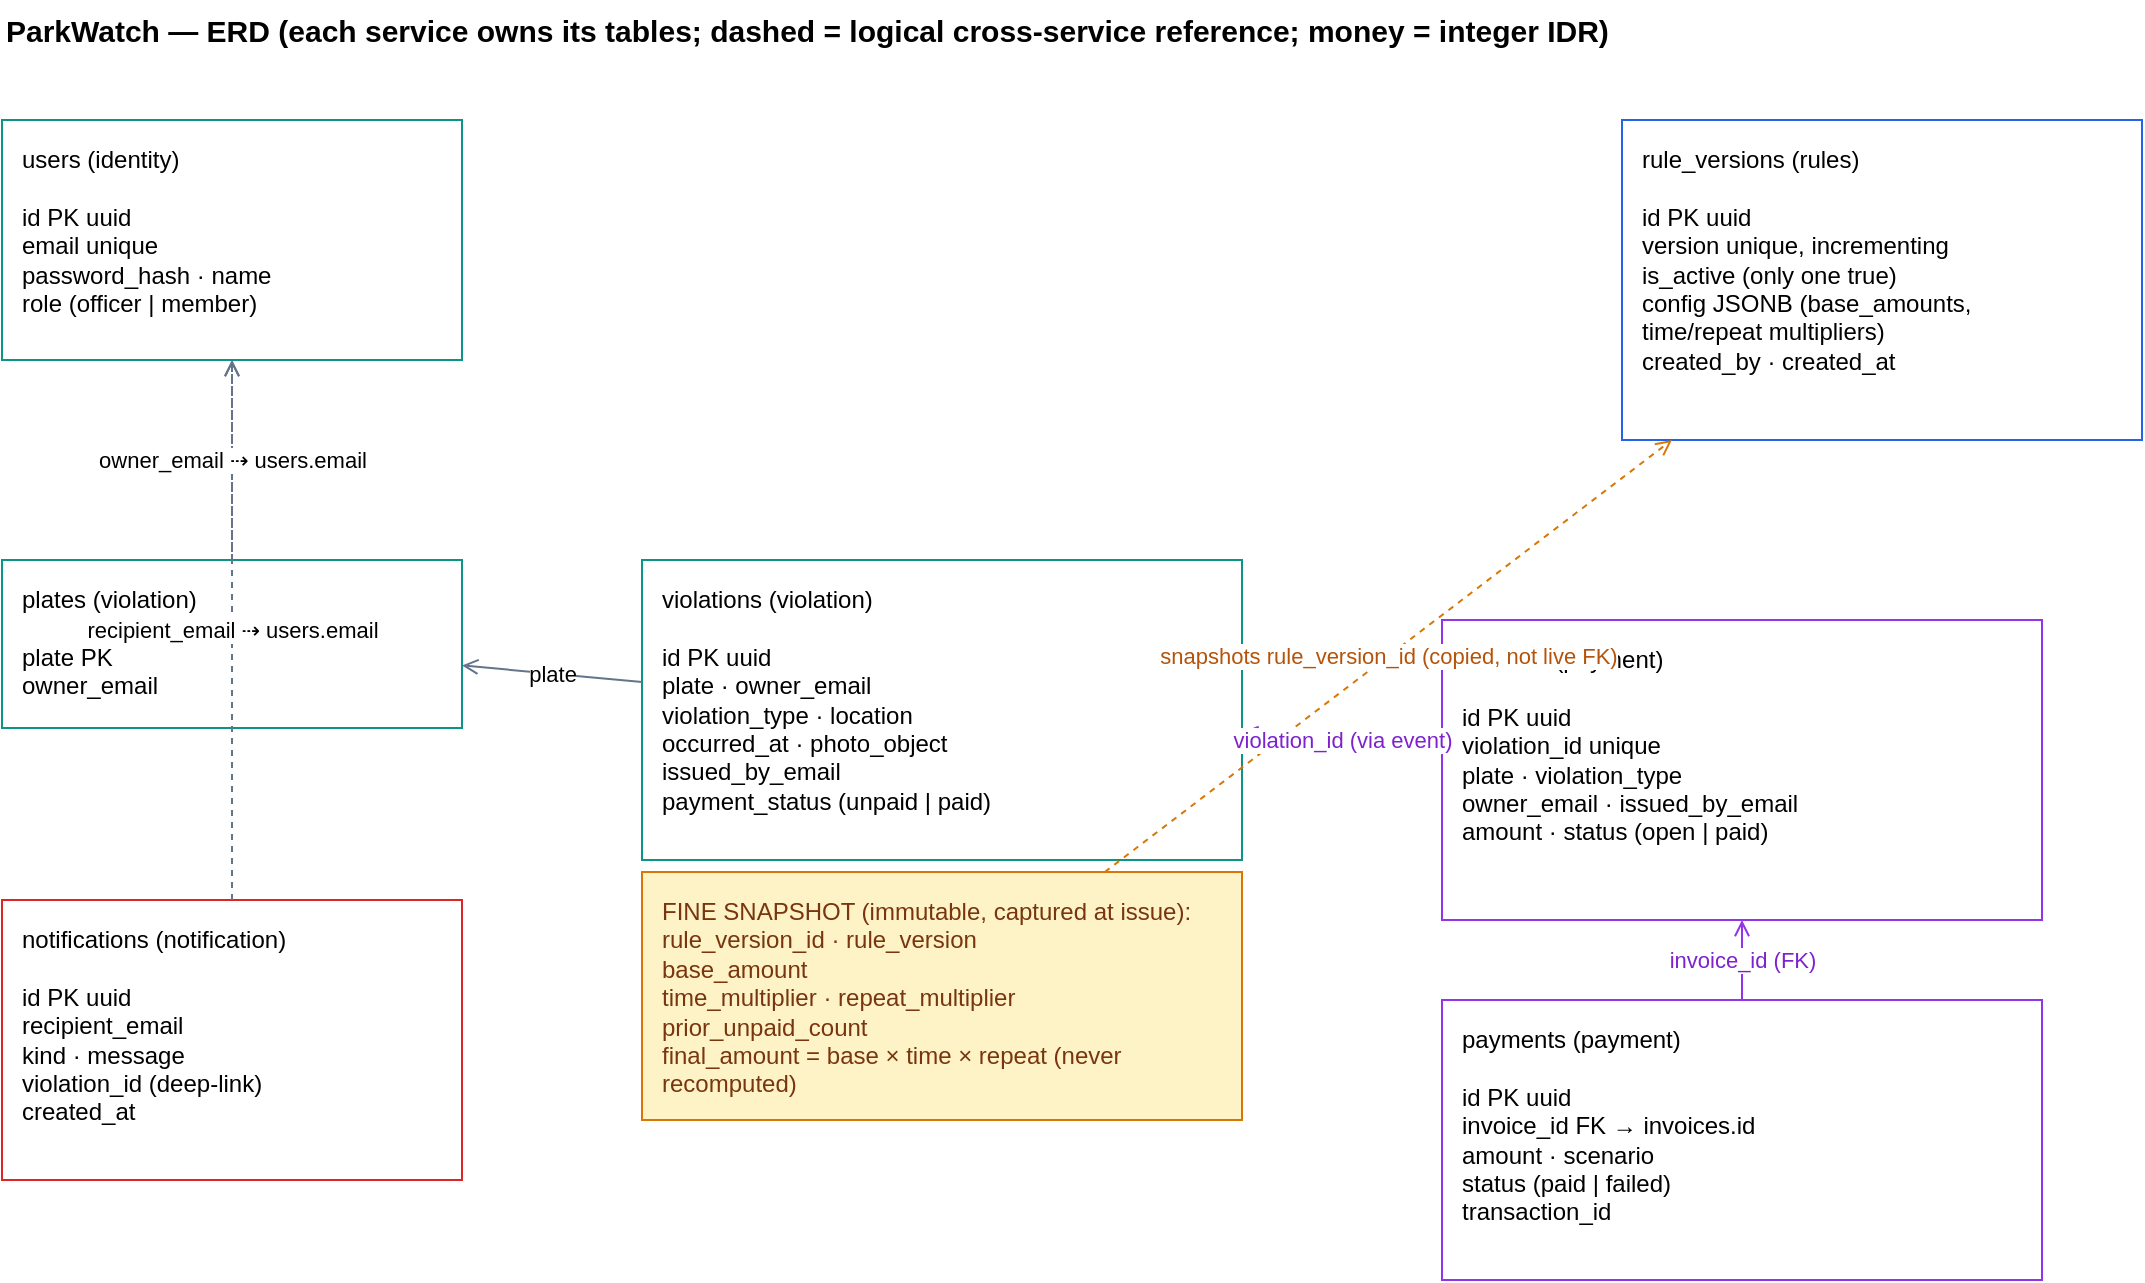
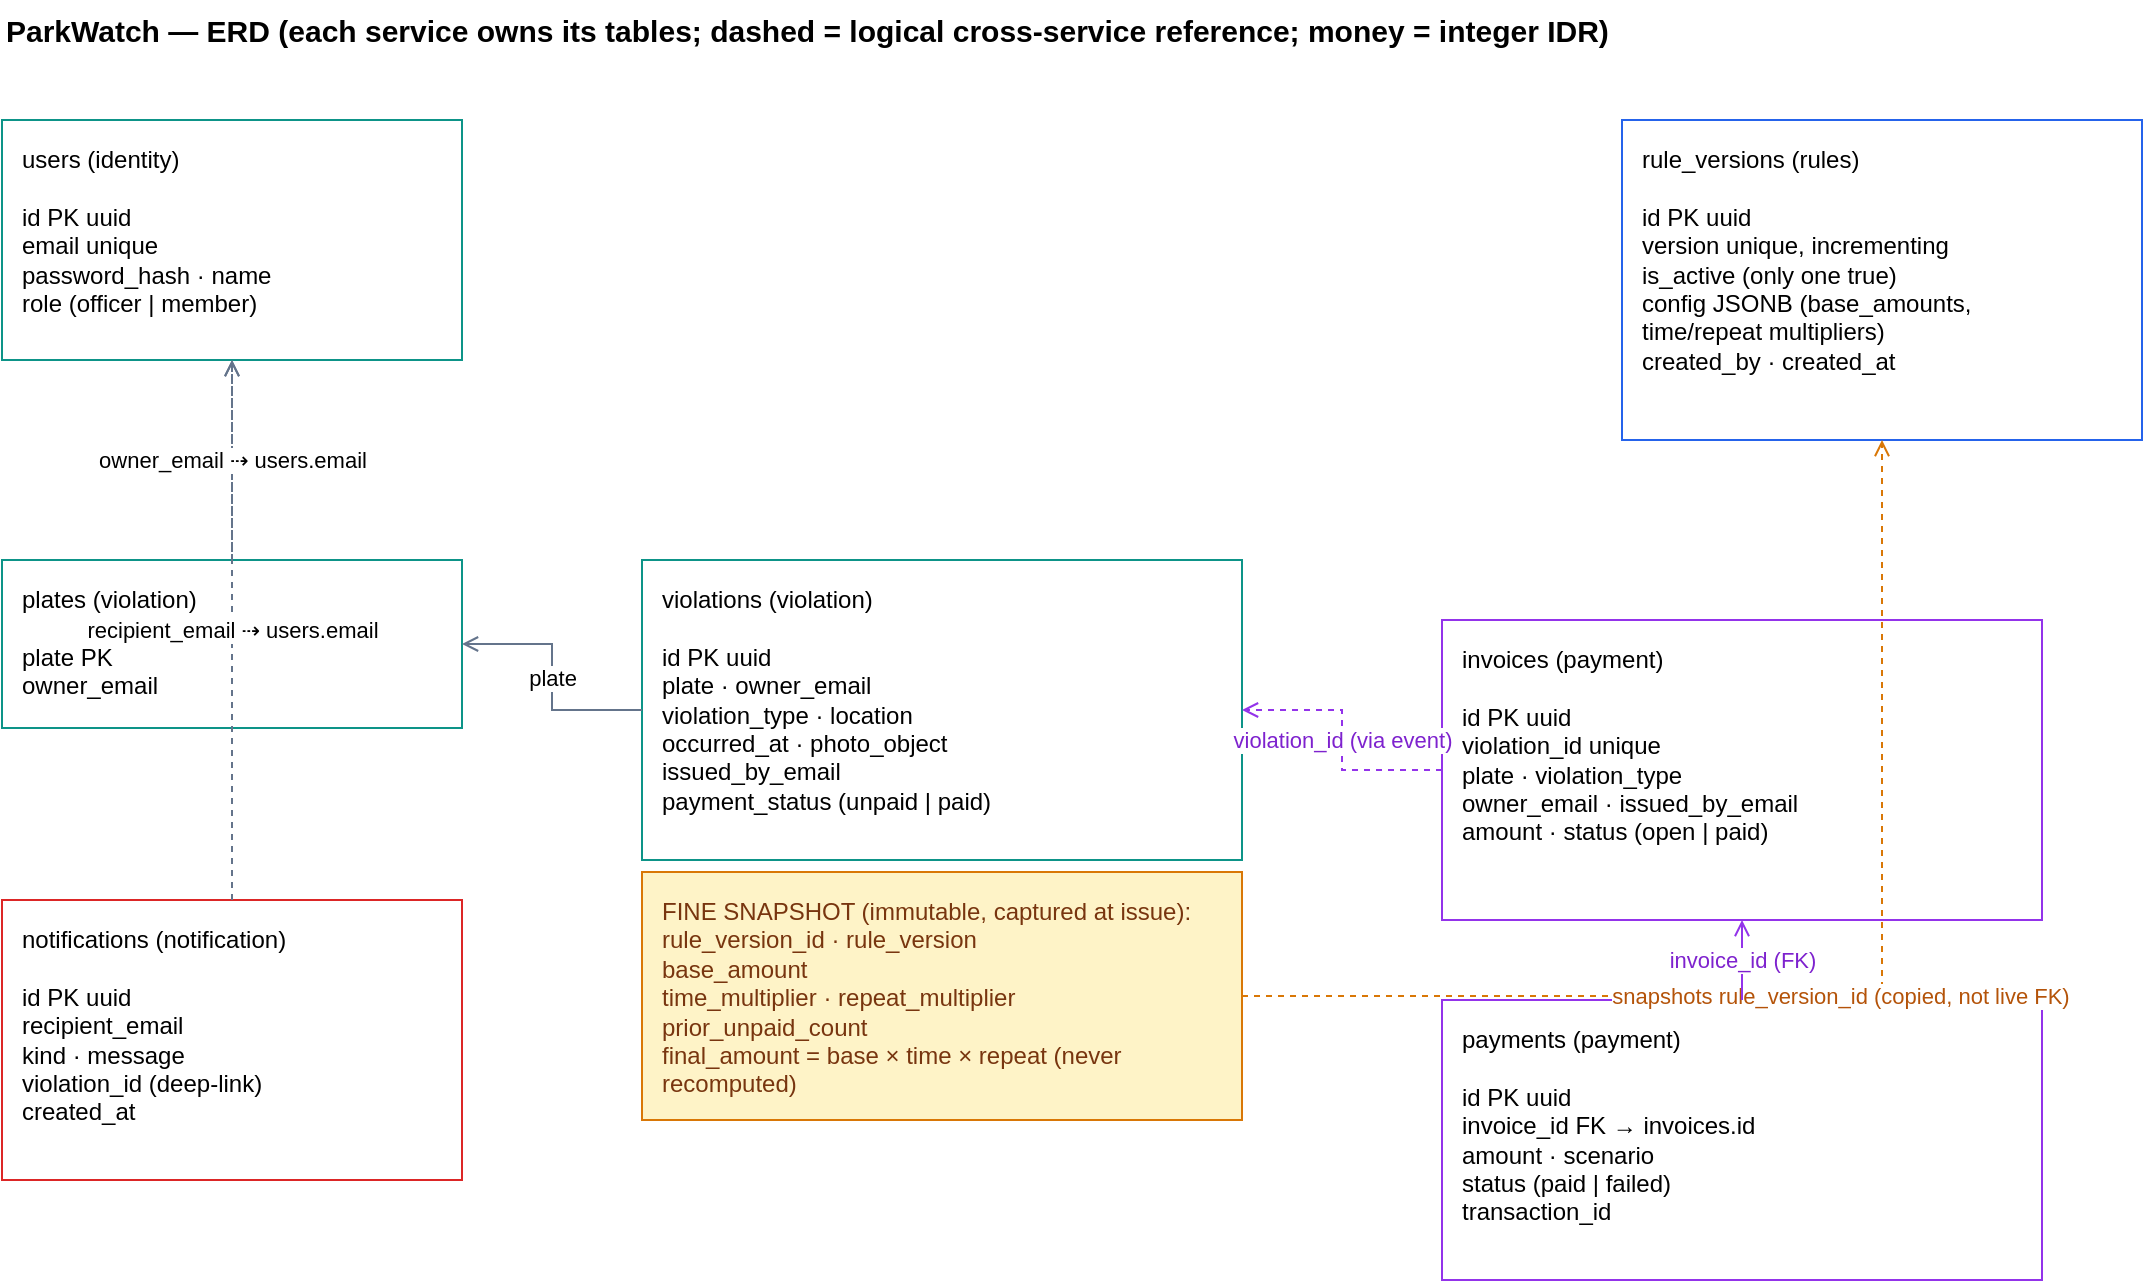
<mxfile host="app.diagrams.net" type="device">
  <diagram name="ERD" id="erd-1">
    <mxGraphModel dx="1120" dy="800" grid="1" gridSize="10" guides="1" tooltips="1" connect="1" arrows="1" fold="1" page="1" pageScale="1" pageWidth="1150" pageHeight="820" math="0" shadow="0">
      <root>
        <mxCell id="0" />
        <mxCell id="1" parent="0" />

        <mxCell id="title" value="ParkWatch — ERD (each service owns its tables; dashed = logical cross-service reference; money = integer IDR)" style="text;html=1;fontSize=15;fontStyle=1;align=left;" vertex="1" parent="1">
          <mxGeometry x="40" y="20" width="1000" height="26" as="geometry" />
        </mxCell>

        <mxCell id="users" value="users  (identity)&#10;&#10;id  PK uuid&#10;email  unique&#10;password_hash · name&#10;role  (officer | member)" style="rounded=0;whiteSpace=wrap;html=1;align=left;verticalAlign=top;spacingLeft=8;spacingTop=6;fillColor=#ffffff;strokeColor=#0d9488;" vertex="1" parent="1">
          <mxGeometry x="40" y="80" width="230" height="120" as="geometry" />
        </mxCell>

        <mxCell id="rulev" value="rule_versions  (rules)&#10;&#10;id  PK uuid&#10;version  unique, incrementing&#10;is_active  (only one true)&#10;config  JSONB (base_amounts,&#10;   time/repeat multipliers)&#10;created_by · created_at" style="rounded=0;whiteSpace=wrap;html=1;align=left;verticalAlign=top;spacingLeft=8;spacingTop=6;fillColor=#ffffff;strokeColor=#2563eb;" vertex="1" parent="1">
          <mxGeometry x="850" y="80" width="260" height="160" as="geometry" />
        </mxCell>

        <mxCell id="plates" value="plates  (violation)&#10;&#10;plate  PK&#10;owner_email" style="rounded=0;whiteSpace=wrap;html=1;align=left;verticalAlign=top;spacingLeft=8;spacingTop=6;fillColor=#ffffff;strokeColor=#0d9488;" vertex="1" parent="1">
          <mxGeometry x="40" y="300" width="230" height="84" as="geometry" />
        </mxCell>

        <mxCell id="violations" value="violations  (violation)&#10;&#10;id  PK uuid&#10;plate · owner_email&#10;violation_type · location&#10;occurred_at · photo_object&#10;issued_by_email&#10;payment_status  (unpaid | paid)" style="rounded=0;whiteSpace=wrap;html=1;align=left;verticalAlign=top;spacingLeft=8;spacingTop=6;fillColor=#ffffff;strokeColor=#0d9488;" vertex="1" parent="1">
          <mxGeometry x="360" y="300" width="300" height="150" as="geometry" />
        </mxCell>
        <mxCell id="snapshot" value="FINE SNAPSHOT (immutable, captured at issue):&#10;rule_version_id · rule_version&#10;base_amount&#10;time_multiplier · repeat_multiplier&#10;prior_unpaid_count&#10;final_amount  = base × time × repeat (never recomputed)" style="rounded=0;whiteSpace=wrap;html=1;align=left;verticalAlign=top;spacingLeft=8;spacingTop=6;fillColor=#fef3c7;strokeColor=#d97706;fontColor=#78350f;" vertex="1" parent="1">
          <mxGeometry x="360" y="456" width="300" height="124" as="geometry" />
        </mxCell>

        <mxCell id="invoices" value="invoices  (payment)&#10;&#10;id  PK uuid&#10;violation_id  unique&#10;plate · violation_type&#10;owner_email · issued_by_email&#10;amount · status  (open | paid)" style="rounded=0;whiteSpace=wrap;html=1;align=left;verticalAlign=top;spacingLeft=8;spacingTop=6;fillColor=#ffffff;strokeColor=#9333ea;" vertex="1" parent="1">
          <mxGeometry x="760" y="330" width="300" height="150" as="geometry" />
        </mxCell>

        <mxCell id="payments" value="payments  (payment)&#10;&#10;id  PK uuid&#10;invoice_id  FK → invoices.id&#10;amount · scenario&#10;status  (paid | failed)&#10;transaction_id" style="rounded=0;whiteSpace=wrap;html=1;align=left;verticalAlign=top;spacingLeft=8;spacingTop=6;fillColor=#ffffff;strokeColor=#9333ea;" vertex="1" parent="1">
          <mxGeometry x="760" y="520" width="300" height="140" as="geometry" />
        </mxCell>

        <mxCell id="notifications" value="notifications  (notification)&#10;&#10;id  PK uuid&#10;recipient_email&#10;kind · message&#10;violation_id  (deep-link)&#10;created_at" style="rounded=0;whiteSpace=wrap;html=1;align=left;verticalAlign=top;spacingLeft=8;spacingTop=6;fillColor=#ffffff;strokeColor=#dc2626;" vertex="1" parent="1">
          <mxGeometry x="40" y="470" width="230" height="140" as="geometry" />
        </mxCell>

-         <mxCell id="r_vi_pl" value="plate" style="endArrow=open;html=1;strokeColor=#64748b;" edge="1" parent="1" source="violations" target="plates"><mxGeometry relative="1" as="geometry"/></mxCell>
-         <mxCell id="r_snap_rule" value="snapshots rule_version_id (copied, not live FK)" style="endArrow=open;html=1;dashed=1;strokeColor=#d97706;fontColor=#b45309;" edge="1" parent="1" source="snapshot" target="rulev"><mxGeometry relative="1" as="geometry"/></mxCell>
-         <mxCell id="r_inv_vi" value="violation_id (via event)" style="endArrow=open;html=1;dashed=1;strokeColor=#9333ea;fontColor=#7e22ce;" edge="1" parent="1" source="invoices" target="violations"><mxGeometry relative="1" as="geometry"/></mxCell>
-         <mxCell id="r_pay_inv" value="invoice_id (FK)" style="endArrow=open;html=1;strokeColor=#9333ea;fontColor=#7e22ce;" edge="1" parent="1" source="payments" target="invoices"><mxGeometry relative="1" as="geometry"/></mxCell>
-         <mxCell id="r_not_us" value="recipient_email ⇢ users.email" style="endArrow=open;html=1;dashed=1;strokeColor=#64748b;" edge="1" parent="1" source="notifications" target="users"><mxGeometry relative="1" as="geometry"/></mxCell>
-         <mxCell id="r_pl_us" value="owner_email ⇢ users.email" style="endArrow=open;html=1;dashed=1;strokeColor=#64748b;" edge="1" parent="1" source="plates" target="users"><mxGeometry relative="1" as="geometry"/></mxCell>
+         <mxCell id="r_vi_pl" value="plate" style="endArrow=open;html=1;edgeStyle=orthogonalEdgeStyle;rounded=0;jettySize=auto;strokeColor=#64748b;" edge="1" parent="1" source="violations" target="plates"><mxGeometry relative="1" as="geometry"/></mxCell>
+         <mxCell id="r_snap_rule" value="snapshots rule_version_id (copied, not live FK)" style="endArrow=open;html=1;edgeStyle=orthogonalEdgeStyle;rounded=0;jettySize=auto;dashed=1;strokeColor=#d97706;fontColor=#b45309;" edge="1" parent="1" source="snapshot" target="rulev"><mxGeometry relative="1" as="geometry"/></mxCell>
+         <mxCell id="r_inv_vi" value="violation_id (via event)" style="endArrow=open;html=1;edgeStyle=orthogonalEdgeStyle;rounded=0;jettySize=auto;dashed=1;strokeColor=#9333ea;fontColor=#7e22ce;" edge="1" parent="1" source="invoices" target="violations"><mxGeometry relative="1" as="geometry"/></mxCell>
+         <mxCell id="r_pay_inv" value="invoice_id (FK)" style="endArrow=open;html=1;edgeStyle=orthogonalEdgeStyle;rounded=0;jettySize=auto;strokeColor=#9333ea;fontColor=#7e22ce;" edge="1" parent="1" source="payments" target="invoices"><mxGeometry relative="1" as="geometry"/></mxCell>
+         <mxCell id="r_not_us" value="recipient_email ⇢ users.email" style="endArrow=open;html=1;edgeStyle=orthogonalEdgeStyle;rounded=0;jettySize=auto;dashed=1;strokeColor=#64748b;" edge="1" parent="1" source="notifications" target="users"><mxGeometry relative="1" as="geometry"/></mxCell>
+         <mxCell id="r_pl_us" value="owner_email ⇢ users.email" style="endArrow=open;html=1;edgeStyle=orthogonalEdgeStyle;rounded=0;jettySize=auto;dashed=1;strokeColor=#64748b;" edge="1" parent="1" source="plates" target="users"><mxGeometry relative="1" as="geometry"/></mxCell>
      </root>
    </mxGraphModel>
  </diagram>
</mxfile>
